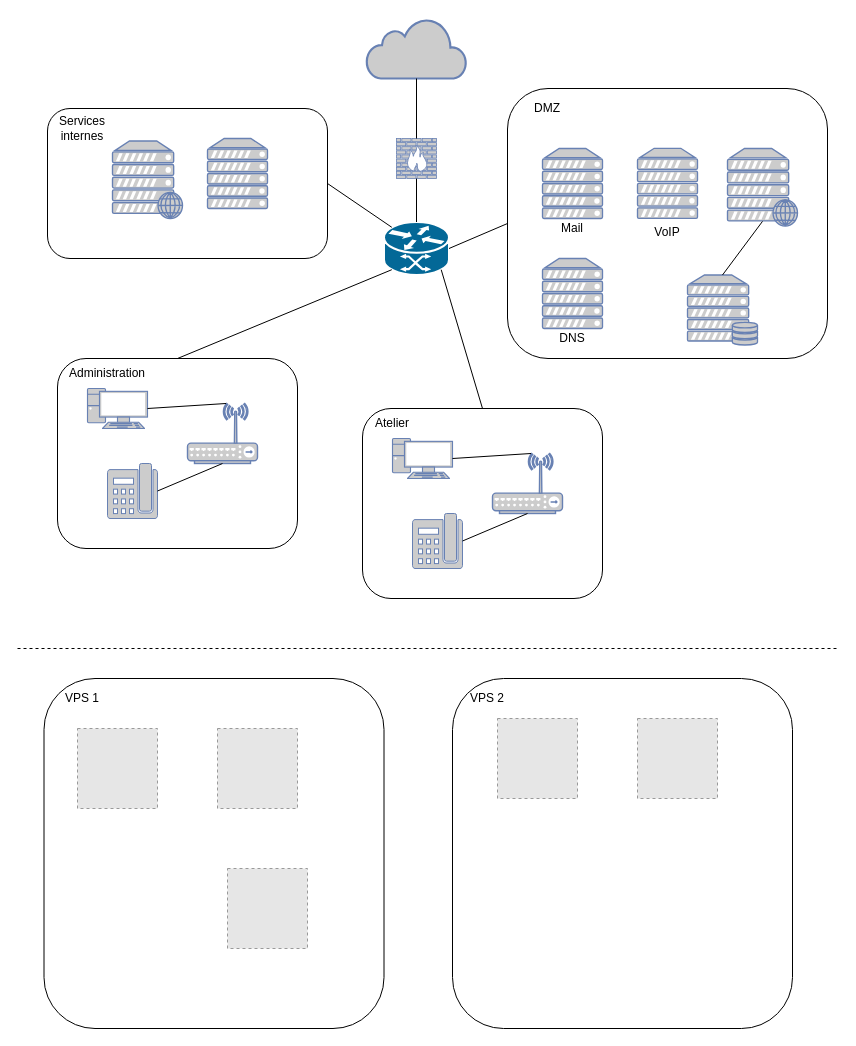
Earlier version of the draw.io diagram schemas.drawio (flosalpietro/adminSys). Source tidied: cells renumbered, new cells numbered last; positions are measured from the earlier drawing's top-left corner, leaving out a move shared by most shapes. Both pictures are drawn from the tidied source at 100%, with x=0, y=0 at pixel (17, 18). Pictures stored in the file or linked from it are replaced by grey dashed boxes.
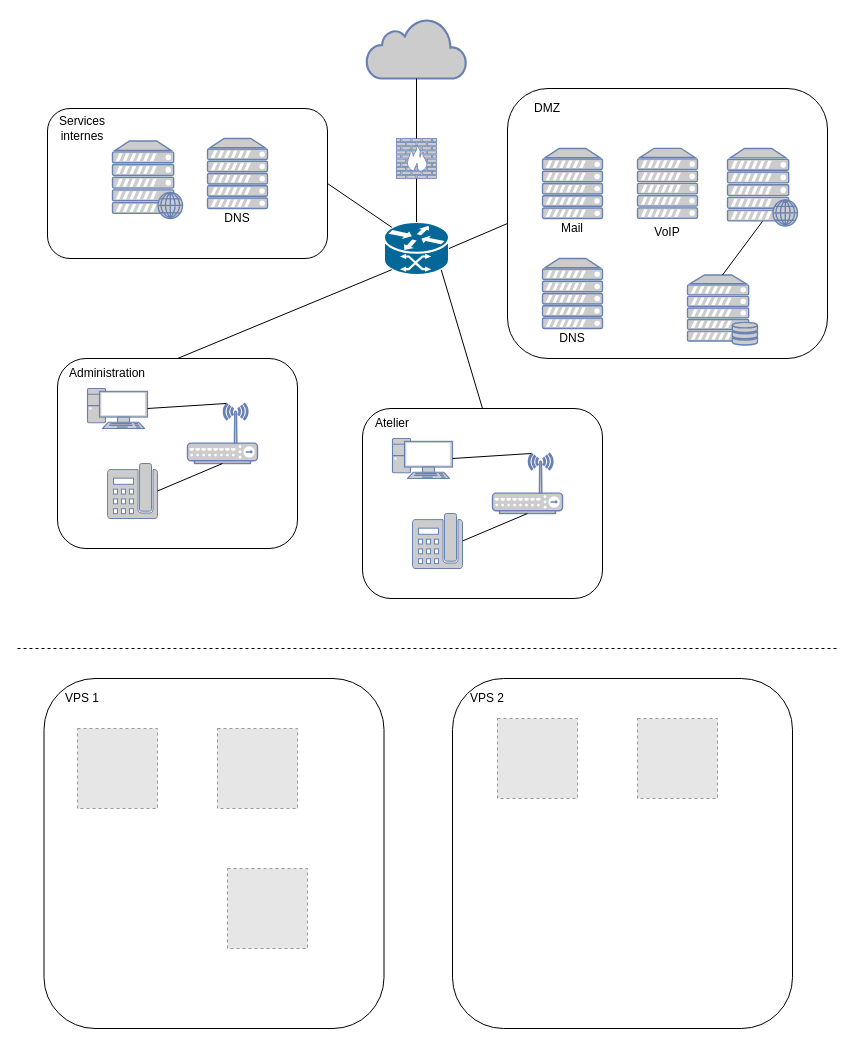
After the change.

The edit, as a diff of the source:
```diff
@@
+    <mxCell id="50" value="DNS" style="text;html=1;strokeColor=none;fillColor=none;align=center;verticalAlign=middle;whiteSpace=wrap;rounded=0;" parent="1" vertex="1">
+      <mxGeometry x="200" y="190" width="40" height="20" as="geometry" />
+    </mxCell>
```
